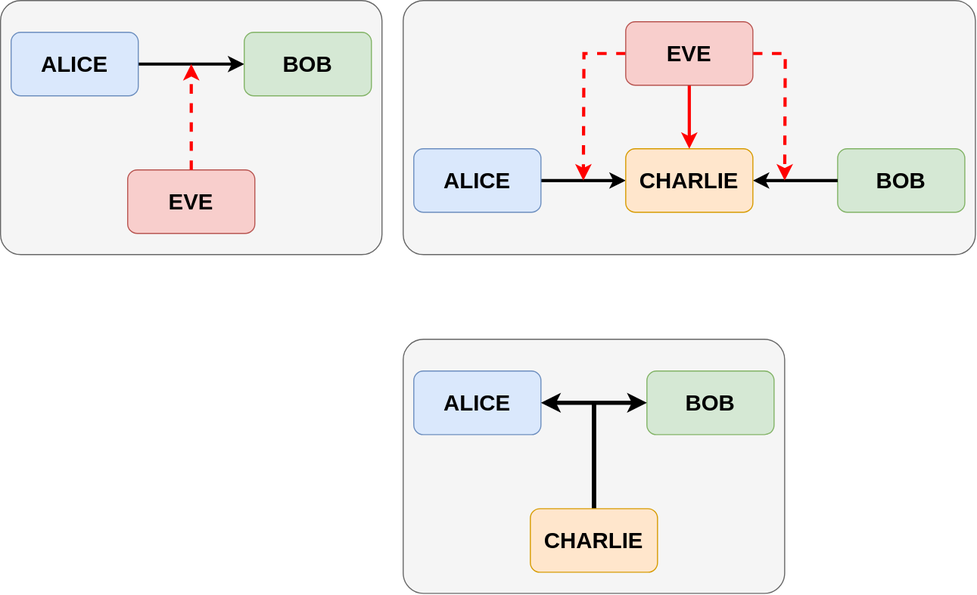
Above: QKD_implementations.drawio.svg in javijnb/LPRO_diagrams (draw.io), before the change. Source tidied: cells renumbered, new cells last; positions are measured from the earlier drawing's top-left corner, leaving out a move shared by most shapes.
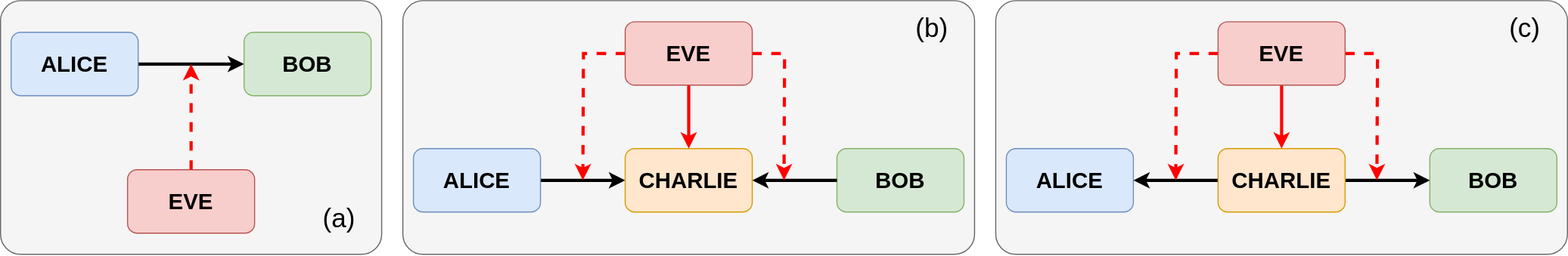
The same diagram one commit later.

Change to the diagram source:
```diff
@@ -45,24 +45,6 @@
         <mxPoint x="180" y="60" as="targetPoint" />
       </mxGeometry>
     </mxCell>
-    <mxCell id="14" style="rounded=1;whiteSpace=wrap;html=1;fillColor=#f5f5f5;fontColor=#333333;strokeColor=#666666;arcSize=8;" parent="1" vertex="1">
-      <mxGeometry x="380" y="320" width="360" height="240" as="geometry" />
-    </mxCell>
-    <mxCell id="15" value="ALICE" style="rounded=1;whiteSpace=wrap;html=1;fontStyle=1;fontSize=21;fillColor=#dae8fc;strokeColor=#6c8ebf;" parent="1" vertex="1">
-      <mxGeometry x="390" y="350" width="120" height="60" as="geometry" />
-    </mxCell>
-    <mxCell id="16" value="BOB" style="rounded=1;whiteSpace=wrap;html=1;fontStyle=1;fontSize=21;fillColor=#d5e8d4;strokeColor=#82b366;" parent="1" vertex="1">
-      <mxGeometry x="610" y="350" width="120" height="60" as="geometry" />
-    </mxCell>
-    <mxCell id="17" style="edgeStyle=orthogonalEdgeStyle;rounded=0;jettySize=auto;html=1;exitX=0.5;exitY=0;exitDx=0;exitDy=0;entryX=1;entryY=0.5;entryDx=0;entryDy=0;strokeWidth=4;" parent="1" edge="1" source="19" target="15">
-      <mxGeometry relative="1" as="geometry" />
-    </mxCell>
-    <mxCell id="18" style="edgeStyle=orthogonalEdgeStyle;rounded=0;jettySize=auto;html=1;exitX=0.5;exitY=0;exitDx=0;exitDy=0;entryX=0;entryY=0.5;entryDx=0;entryDy=0;strokeWidth=4;" parent="1" edge="1" source="19" target="16">
-      <mxGeometry relative="1" as="geometry" />
-    </mxCell>
-    <mxCell id="19" value="CHARLIE" style="rounded=1;whiteSpace=wrap;html=1;fontStyle=1;fontSize=21;fillColor=#ffe6cc;strokeColor=#d79b00;" parent="1" vertex="1">
-      <mxGeometry x="500" y="480" width="120" height="60" as="geometry" />
-    </mxCell>
     <mxCell id="20" style="edgeStyle=orthogonalEdgeStyle;rounded=0;jettySize=auto;html=1;exitX=0;exitY=0.5;exitDx=0;exitDy=0;strokeWidth=3;dashed=1;strokeColor=#FF0000;" parent="1" edge="1" source="23">
       <mxGeometry relative="1" as="geometry">
         <mxPoint x="550" y="170" as="targetPoint" />
@@ -79,5 +61,53 @@
     <mxCell id="23" value="EVE" style="rounded=1;whiteSpace=wrap;html=1;fontStyle=1;fontSize=21;fillColor=#f8cecc;strokeColor=#b85450;" parent="1" vertex="1">
       <mxGeometry x="590" y="20" width="120" height="60" as="geometry" />
     </mxCell>
+    <mxCell id="24" style="rounded=1;whiteSpace=wrap;html=1;fillColor=#f5f5f5;fontColor=#333333;strokeColor=#666666;arcSize=8;" parent="1" vertex="1">
+      <mxGeometry x="940" width="540" height="240" as="geometry" />
+    </mxCell>
+    <mxCell id="25" style="edgeStyle=orthogonalEdgeStyle;rounded=0;jettySize=auto;html=1;exitX=1;exitY=0.5;exitDx=0;exitDy=0;entryX=0;entryY=0.5;entryDx=0;entryDy=0;strokeWidth=3;startArrow=classic;startFill=1;endArrow=none;endFill=0;" parent="1" edge="1" source="15" target="19">
+      <mxGeometry relative="1" as="geometry">
+        <Array as="points">
+          <mxPoint x="1130" y="170" />
+          <mxPoint x="1130" y="170" />
+        </Array>
+      </mxGeometry>
+    </mxCell>
+    <mxCell id="15" value="ALICE" style="rounded=1;whiteSpace=wrap;html=1;fontStyle=1;fontSize=21;fillColor=#dae8fc;strokeColor=#6c8ebf;" parent="1" vertex="1">
+      <mxGeometry x="950" y="140" width="120" height="60" as="geometry" />
+    </mxCell>
+    <mxCell id="16" value="BOB" style="rounded=1;whiteSpace=wrap;html=1;fontStyle=1;fontSize=21;fillColor=#d5e8d4;strokeColor=#82b366;" parent="1" vertex="1">
+      <mxGeometry x="1350" y="140" width="120" height="60" as="geometry" />
+    </mxCell>
+    <mxCell id="18" style="edgeStyle=orthogonalEdgeStyle;rounded=0;jettySize=auto;html=1;exitX=1;exitY=0.5;exitDx=0;exitDy=0;entryX=0;entryY=0.5;entryDx=0;entryDy=0;strokeWidth=3;endArrow=classic;endFill=1;startArrow=none;startFill=0;" parent="1" edge="1" source="19" target="16">
+      <mxGeometry relative="1" as="geometry" />
+    </mxCell>
+    <mxCell id="19" value="CHARLIE" style="rounded=1;whiteSpace=wrap;html=1;fontStyle=1;fontSize=21;fillColor=#ffe6cc;strokeColor=#d79b00;" parent="1" vertex="1">
+      <mxGeometry x="1150" y="140" width="120" height="60" as="geometry" />
+    </mxCell>
+    <mxCell id="26" style="edgeStyle=orthogonalEdgeStyle;rounded=0;jettySize=auto;html=1;exitX=0;exitY=0.5;exitDx=0;exitDy=0;strokeWidth=3;dashed=1;strokeColor=#FF0000;" parent="1" edge="1" source="29">
+      <mxGeometry relative="1" as="geometry">
+        <mxPoint x="1110" y="170" as="targetPoint" />
+      </mxGeometry>
+    </mxCell>
+    <mxCell id="27" style="edgeStyle=orthogonalEdgeStyle;rounded=0;jettySize=auto;html=1;exitX=1;exitY=0.5;exitDx=0;exitDy=0;strokeWidth=3;dashed=1;strokeColor=#FF0000;" parent="1" edge="1" source="29">
+      <mxGeometry relative="1" as="geometry">
+        <mxPoint x="1300" y="170" as="targetPoint" />
+      </mxGeometry>
+    </mxCell>
+    <mxCell id="28" style="edgeStyle=orthogonalEdgeStyle;rounded=0;jettySize=auto;html=1;exitX=0.5;exitY=1;exitDx=0;exitDy=0;entryX=0.5;entryY=0;entryDx=0;entryDy=0;strokeWidth=3;strokeColor=#FF0000;" parent="1" edge="1" source="29" target="19">
+      <mxGeometry relative="1" as="geometry" />
+    </mxCell>
+    <mxCell id="29" value="EVE" style="rounded=1;whiteSpace=wrap;html=1;fontStyle=1;fontSize=21;fillColor=#f8cecc;strokeColor=#b85450;" parent="1" vertex="1">
+      <mxGeometry x="1150" y="20" width="120" height="60" as="geometry" />
+    </mxCell>
+    <mxCell id="30" value="&lt;font style=&quot;font-size: 25px;&quot;&gt;(a)&lt;/font&gt;" style="text;html=1;align=center;verticalAlign=middle;whiteSpace=wrap;rounded=0;" parent="1" vertex="1">
+      <mxGeometry x="290" y="190" width="60" height="30" as="geometry" />
+    </mxCell>
+    <mxCell id="31" value="&lt;font style=&quot;font-size: 25px;&quot;&gt;(b)&lt;/font&gt;" style="text;html=1;align=center;verticalAlign=middle;whiteSpace=wrap;rounded=0;" parent="1" vertex="1">
+      <mxGeometry x="850" y="10" width="60" height="30" as="geometry" />
+    </mxCell>
+    <mxCell id="32" value="&lt;font style=&quot;font-size: 25px;&quot;&gt;(c)&lt;/font&gt;" style="text;html=1;align=center;verticalAlign=middle;whiteSpace=wrap;rounded=0;" parent="1" vertex="1">
+      <mxGeometry x="1410" y="10" width="60" height="30" as="geometry" />
+    </mxCell>
   </root>
 </mxGraphModel>
```
